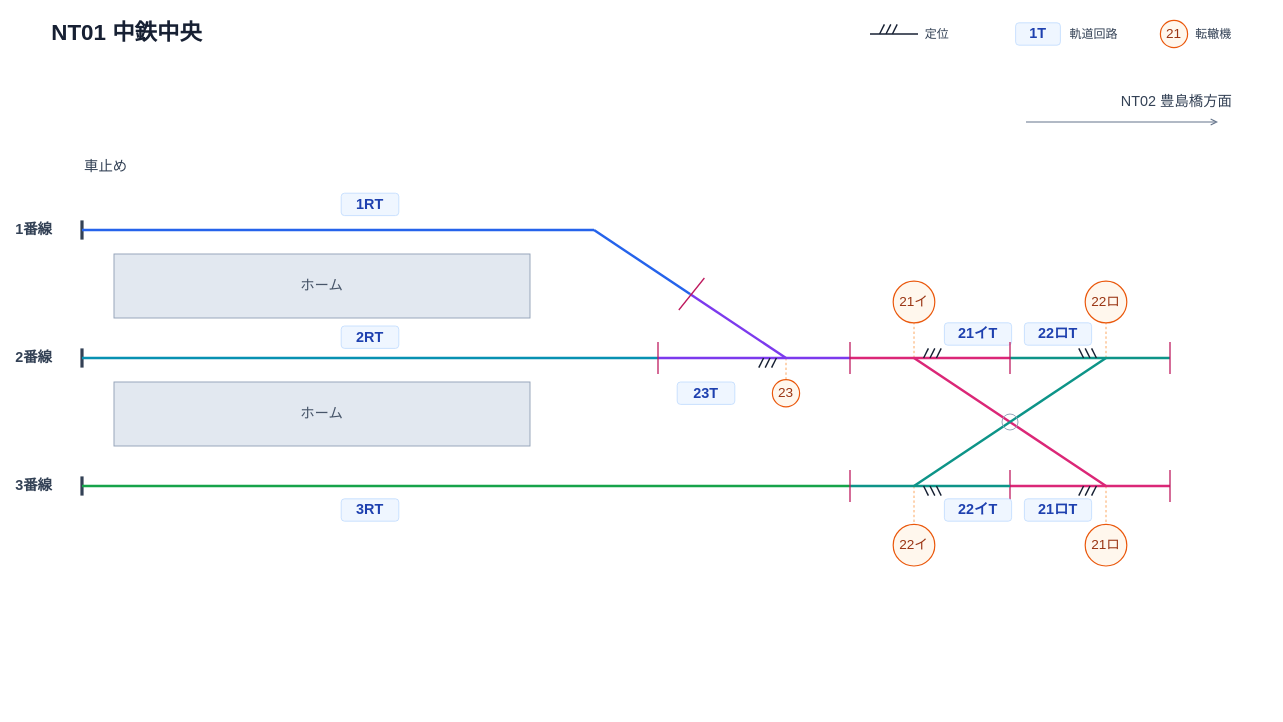
The draw.io diagram Documentation/Track/NtLine/Wiring/Stations/NT01配線図.drawio in neko3141592/Nakatetsu, before the edit. Source tidied: cells renumbered, new cells numbered last; positions are measured from the earlier drawing's top-left corner, leaving out a move shared by most shapes. Both pictures are drawn from the tidied source at 80%, with x=0, y=0 at pixel (14, 14).
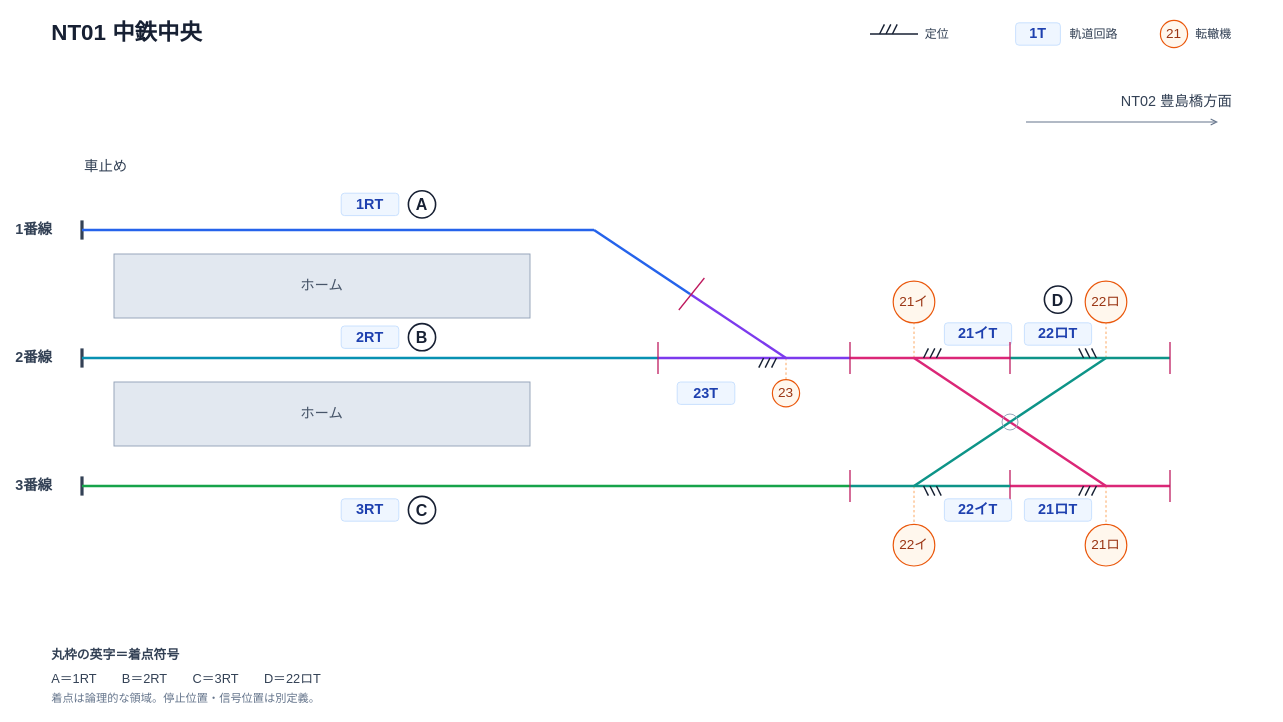
After the change.

Diff of the diagram source:
```diff
@@
+    <mxCell id="95" value="D" style="ellipse;html=0;whiteSpace=wrap;fillColor=#ffffff;strokeColor=#172033;strokeWidth=2;fontFamily=Hiragino Sans;fontSize=20;fontColor=#172033;fontStyle=1;align=center;verticalAlign=middle;" parent="1" vertex="1">
+      <mxGeometry x="1288" y="340" width="34" height="34" as="geometry" />
+    </mxCell>
+    <mxCell id="96" value="A" style="ellipse;html=0;whiteSpace=wrap;fillColor=#ffffff;strokeColor=#172033;strokeWidth=2;fontFamily=Hiragino Sans;fontSize=20;fontColor=#172033;fontStyle=1;align=center;verticalAlign=middle;" parent="1" vertex="1">
+      <mxGeometry x="493" y="221" width="34" height="34" as="geometry" />
+    </mxCell>
+    <mxCell id="97" value="B" style="ellipse;html=0;whiteSpace=wrap;fillColor=#ffffff;strokeColor=#172033;strokeWidth=2;fontFamily=Hiragino Sans;fontSize=20;fontColor=#172033;fontStyle=1;align=center;verticalAlign=middle;" parent="1" vertex="1">
+      <mxGeometry x="493" y="387" width="34" height="34" as="geometry" />
+    </mxCell>
+    <mxCell id="98" value="C" style="ellipse;html=0;whiteSpace=wrap;fillColor=#ffffff;strokeColor=#172033;strokeWidth=2;fontFamily=Hiragino Sans;fontSize=20;fontColor=#172033;fontStyle=1;align=center;verticalAlign=middle;" parent="1" vertex="1">
+      <mxGeometry x="493" y="603" width="34" height="34" as="geometry" />
+    </mxCell>
+    <mxCell id="99" value="丸枠の英字＝着点符号" style="text;html=0;whiteSpace=wrap;strokeColor=none;fillColor=none;align=left;verticalAlign=middle;fontFamily=Hiragino Sans;fontSize=16;fontColor=#334155;fontStyle=1;" parent="1" vertex="1">
+      <mxGeometry x="45" y="788" width="1480" height="26" as="geometry" />
+    </mxCell>
+    <mxCell id="100" value="A＝1RT　　B＝2RT　　C＝3RT　　D＝22ロT" style="text;html=0;whiteSpace=wrap;strokeColor=none;fillColor=none;align=left;verticalAlign=middle;fontFamily=Hiragino Sans;fontSize=16;fontColor=#334155;" parent="1" vertex="1">
+      <mxGeometry x="45" y="818" width="1480" height="26" as="geometry" />
+    </mxCell>
+    <mxCell id="101" value="着点は論理的な領域。停止位置・信号位置は別定義。" style="text;html=0;whiteSpace=wrap;strokeColor=none;fillColor=none;align=left;verticalAlign=middle;fontFamily=Hiragino Sans;fontSize=16;fontColor=#334155;fontSize=14;fontColor=#64748b;" parent="1" vertex="1">
+      <mxGeometry x="45" y="844" width="1480" height="24" as="geometry" />
+    </mxCell>
```
